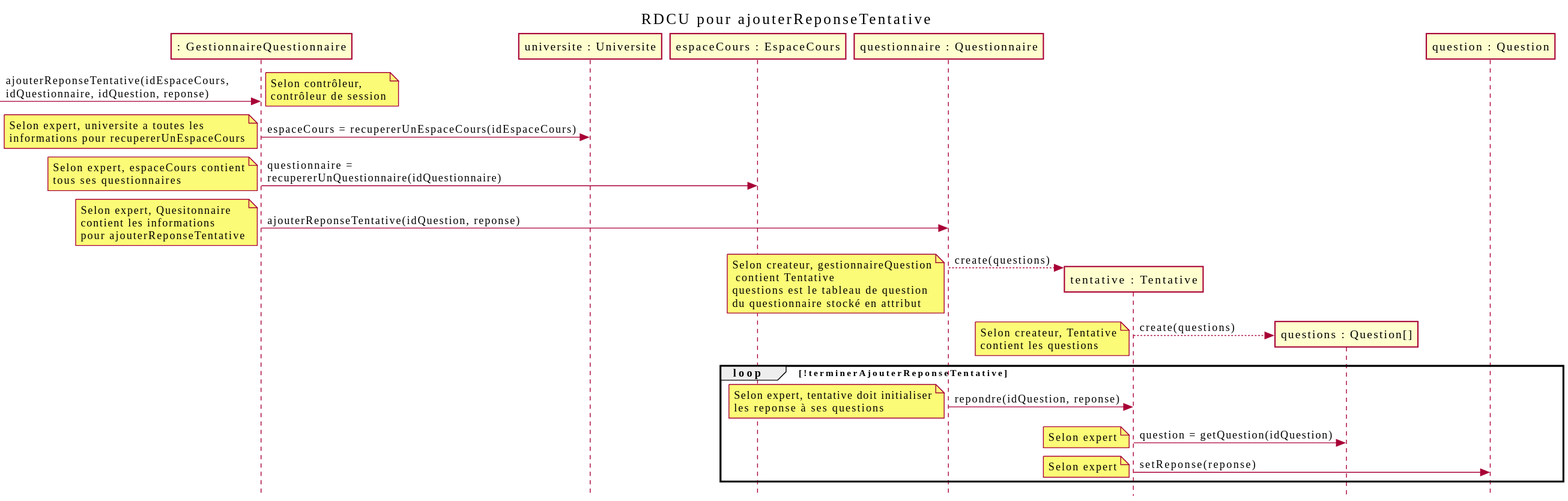
nerdz88/SGA-TS keeps this PlantUML diagram as out/docs/Passer questionnaire/RDCU_passerQuestionnaire/ajouterReponseTentative.svg. Above is the earlier version.
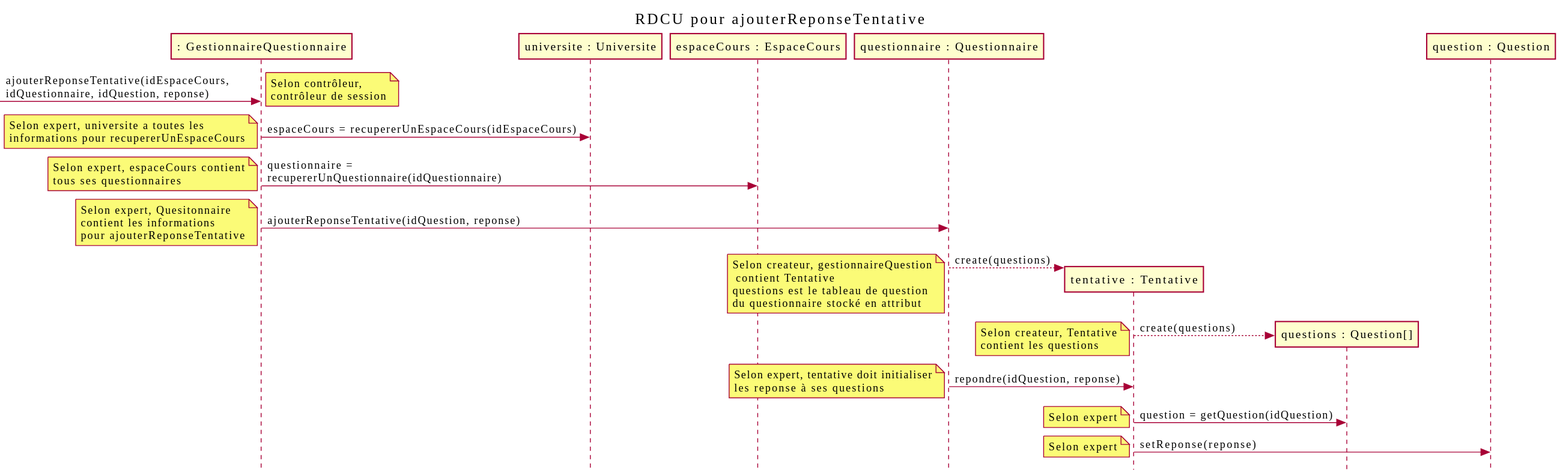
The same file after the commit.

Change to the diagram source:
```diff
@@ -21,12 +21,10 @@
 note left : Selon createur, gestionnaireQuestion\n contient Tentative\nquestions est le tableau de question\ndu questionnaire stocké en attribut
 tentative --> questions** : create(questions)
 note left : Selon createur, Tentative\ncontient les questions
-loop !terminerAjouterReponseTentative
 questionnaire -> tentative : repondre(idQuestion, reponse)
 note left : Selon expert, tentative doit initialiser\nles reponse à ses questions
 tentative -> questions : question = getQuestion(idQuestion)
 note left : Selon expert
 tentative -> question : setReponse(reponse)
 note left : Selon expert
-end
 @enduml
```
